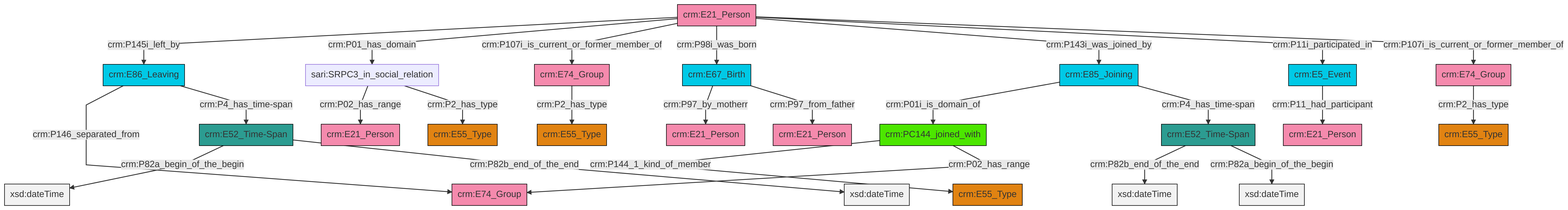
Before: et/personCSV/ttl/mmd/png/Person_Actor_Relations.png, a diagram exported from Mermaid (swiss-art-research-net/docs.swissartresearch). Its source is kept beside it as et/personCSV/ttl/mmd/Person_Actor_Relations.ttl.mmd. Its diagram source:
```mermaid
graph TD
classDef Literal fill:#f2f2f2,stroke:#000000;
classDef CRM_Entity fill:#FFFFFF,stroke:#000000;
classDef Temporal_Entity fill:#00C9E6, stroke:#000000;
classDef Type fill:#E18312, stroke:#000000;
classDef Time-Span fill:#2C9C91, stroke:#000000;
classDef Appellation fill:#FFEB7F, stroke:#000000;
classDef Place fill:#008836, stroke:#000000;
classDef Persistent_Item fill:#B266B2, stroke:#000000;
classDef Conceptual_Object fill:#FFD700, stroke:#000000;
classDef Physical_Thing fill:#D2B48C, stroke:#000000;
classDef Actor fill:#f58aad, stroke:#000000;
classDef PC_Classes fill:#4ce600, stroke:#000000;
classDef Multi fill:#cccccc,stroke:#000000;

0["crm:E52_Time-Span"]:::Time-Span -->|crm:P82a_begin_of_the_begin| 1[xsd:dateTime]:::Literal
6["crm:E21_Person"]:::Actor -->|crm:P145i_left_by| 7["crm:E86_Leaving"]:::Temporal_Entity
6["crm:E21_Person"]:::Actor -->|crm:P01_has_domain| 10["sari:SRPC3_in_social_relation"]:::Default
11["crm:E74_Group"]:::Actor -->|crm:P2_has_type| 14["crm:E55_Type"]:::Type
2["crm:PC144_joined_with"]:::PC_Classes -->|crm:P144_1_kind_of_member| 8["crm:E55_Type"]:::Type
16["crm:E85_Joining"]:::Temporal_Entity -->|crm:P01i_is_domain_of| 2["crm:PC144_joined_with"]:::PC_Classes
2["crm:PC144_joined_with"]:::PC_Classes -->|crm:P02_has_range| 17["crm:E74_Group"]:::Actor
0["crm:E52_Time-Span"]:::Time-Span -->|crm:P82b_end_of_the_end| 18[xsd:dateTime]:::Literal
10["sari:SRPC3_in_social_relation"]:::Default -->|crm:P02_has_range| 19["crm:E21_Person"]:::Actor
6["crm:E21_Person"]:::Actor -->|crm:P107i_is_current_or_former_member_of| 11["crm:E74_Group"]:::Actor
16["crm:E85_Joining"]:::Temporal_Entity -->|crm:P4_has_time-span| 20["crm:E52_Time-Span"]:::Time-Span
6["crm:E21_Person"]:::Actor -->|crm:P98i_was_born| 26["crm:E67_Birth"]:::Temporal_Entity
6["crm:E21_Person"]:::Actor -->|crm:P143i_was_joined_by| 16["crm:E85_Joining"]:::Temporal_Entity
7["crm:E86_Leaving"]:::Temporal_Entity -->|crm:P146_separated_from| 17["crm:E74_Group"]:::Actor
26["crm:E67_Birth"]:::Temporal_Entity -->|crm:P97_by_motherr| 28["crm:E21_Person"]:::Actor
6["crm:E21_Person"]:::Actor -->|crm:P11i_participated_in| 29["crm:E5_Event"]:::Temporal_Entity
10["sari:SRPC3_in_social_relation"]:::Default -->|crm:P2_has_type| 31["crm:E55_Type"]:::Type
26["crm:E67_Birth"]:::Temporal_Entity -->|crm:P97_from_father| 32["crm:E21_Person"]:::Actor
7["crm:E86_Leaving"]:::Temporal_Entity -->|crm:P4_has_time-span| 0["crm:E52_Time-Span"]:::Time-Span
20["crm:E52_Time-Span"]:::Time-Span -->|crm:P82b_end_of_the_end| 34[xsd:dateTime]:::Literal
29["crm:E5_Event"]:::Temporal_Entity -->|crm:P11_had_participant| 22["crm:E21_Person"]:::Actor
20["crm:E52_Time-Span"]:::Time-Span -->|crm:P82a_begin_of_the_begin| 37[xsd:dateTime]:::Literal
6["crm:E21_Person"]:::Actor -->|crm:P107i_is_current_or_former_member_of| 38["crm:E74_Group"]:::Actor
38["crm:E74_Group"]:::Actor -->|crm:P2_has_type| 4["crm:E55_Type"]:::Type
```
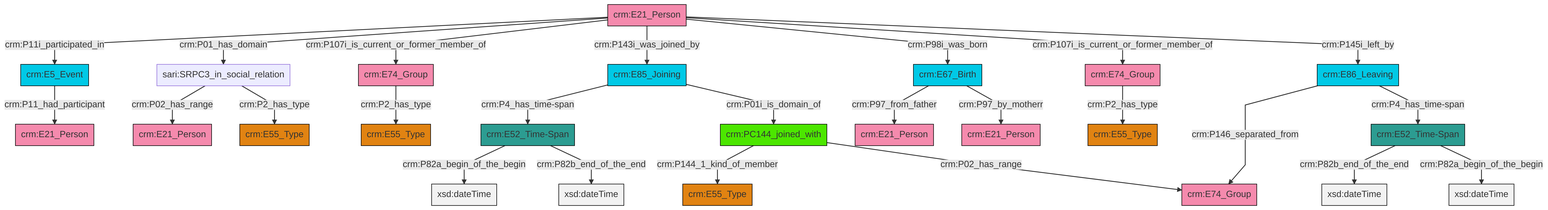
The same file after the commit.

The edit, as a diff of the source:
```diff
@@ -13,27 +13,27 @@
 classDef PC_Classes fill:#4ce600, stroke:#000000;
 classDef Multi fill:#cccccc,stroke:#000000;
 
-0["crm:E52_Time-Span"]:::Time-Span -->|crm:P82a_begin_of_the_begin| 1[xsd:dateTime]:::Literal
-6["crm:E21_Person"]:::Actor -->|crm:P145i_left_by| 7["crm:E86_Leaving"]:::Temporal_Entity
-6["crm:E21_Person"]:::Actor -->|crm:P01_has_domain| 10["sari:SRPC3_in_social_relation"]:::Default
-11["crm:E74_Group"]:::Actor -->|crm:P2_has_type| 14["crm:E55_Type"]:::Type
-2["crm:PC144_joined_with"]:::PC_Classes -->|crm:P144_1_kind_of_member| 8["crm:E55_Type"]:::Type
-16["crm:E85_Joining"]:::Temporal_Entity -->|crm:P01i_is_domain_of| 2["crm:PC144_joined_with"]:::PC_Classes
-2["crm:PC144_joined_with"]:::PC_Classes -->|crm:P02_has_range| 17["crm:E74_Group"]:::Actor
-0["crm:E52_Time-Span"]:::Time-Span -->|crm:P82b_end_of_the_end| 18[xsd:dateTime]:::Literal
-10["sari:SRPC3_in_social_relation"]:::Default -->|crm:P02_has_range| 19["crm:E21_Person"]:::Actor
-6["crm:E21_Person"]:::Actor -->|crm:P107i_is_current_or_former_member_of| 11["crm:E74_Group"]:::Actor
-16["crm:E85_Joining"]:::Temporal_Entity -->|crm:P4_has_time-span| 20["crm:E52_Time-Span"]:::Time-Span
-6["crm:E21_Person"]:::Actor -->|crm:P98i_was_born| 26["crm:E67_Birth"]:::Temporal_Entity
-6["crm:E21_Person"]:::Actor -->|crm:P143i_was_joined_by| 16["crm:E85_Joining"]:::Temporal_Entity
-7["crm:E86_Leaving"]:::Temporal_Entity -->|crm:P146_separated_from| 17["crm:E74_Group"]:::Actor
-26["crm:E67_Birth"]:::Temporal_Entity -->|crm:P97_by_motherr| 28["crm:E21_Person"]:::Actor
-6["crm:E21_Person"]:::Actor -->|crm:P11i_participated_in| 29["crm:E5_Event"]:::Temporal_Entity
-10["sari:SRPC3_in_social_relation"]:::Default -->|crm:P2_has_type| 31["crm:E55_Type"]:::Type
-26["crm:E67_Birth"]:::Temporal_Entity -->|crm:P97_from_father| 32["crm:E21_Person"]:::Actor
-7["crm:E86_Leaving"]:::Temporal_Entity -->|crm:P4_has_time-span| 0["crm:E52_Time-Span"]:::Time-Span
-20["crm:E52_Time-Span"]:::Time-Span -->|crm:P82b_end_of_the_end| 34[xsd:dateTime]:::Literal
-29["crm:E5_Event"]:::Temporal_Entity -->|crm:P11_had_participant| 22["crm:E21_Person"]:::Actor
-20["crm:E52_Time-Span"]:::Time-Span -->|crm:P82a_begin_of_the_begin| 37[xsd:dateTime]:::Literal
-6["crm:E21_Person"]:::Actor -->|crm:P107i_is_current_or_former_member_of| 38["crm:E74_Group"]:::Actor
-38["crm:E74_Group"]:::Actor -->|crm:P2_has_type| 4["crm:E55_Type"]:::Type
+6["crm:E86_Leaving"]:::Temporal_Entity -->|crm:P146_separated_from| 7["crm:E74_Group"]:::Actor
+8["crm:E85_Joining"]:::Temporal_Entity -->|crm:P4_has_time-span| 9["crm:E52_Time-Span"]:::Time-Span
+12["crm:E52_Time-Span"]:::Time-Span -->|crm:P82b_end_of_the_end| 13[xsd:dateTime]:::Literal
+8["crm:E85_Joining"]:::Temporal_Entity -->|crm:P01i_is_domain_of| 14["crm:PC144_joined_with"]:::PC_Classes
+14["crm:PC144_joined_with"]:::PC_Classes -->|crm:P144_1_kind_of_member| 10["crm:E55_Type"]:::Type
+9["crm:E52_Time-Span"]:::Time-Span -->|crm:P82a_begin_of_the_begin| 22[xsd:dateTime]:::Literal
+4["crm:E74_Group"]:::Actor -->|crm:P2_has_type| 0["crm:E55_Type"]:::Type
+25["crm:E21_Person"]:::Actor -->|crm:P11i_participated_in| 26["crm:E5_Event"]:::Temporal_Entity
+25["crm:E21_Person"]:::Actor -->|crm:P01_has_domain| 17["sari:SRPC3_in_social_relation"]:::Default
+25["crm:E21_Person"]:::Actor -->|crm:P107i_is_current_or_former_member_of| 2["crm:E74_Group"]:::Actor
+30["crm:E67_Birth"]:::Temporal_Entity -->|crm:P97_from_father| 31["crm:E21_Person"]:::Actor
+9["crm:E52_Time-Span"]:::Time-Span -->|crm:P82b_end_of_the_end| 32[xsd:dateTime]:::Literal
+6["crm:E86_Leaving"]:::Temporal_Entity -->|crm:P4_has_time-span| 12["crm:E52_Time-Span"]:::Time-Span
+2["crm:E74_Group"]:::Actor -->|crm:P2_has_type| 37["crm:E55_Type"]:::Type
+17["sari:SRPC3_in_social_relation"]:::Default -->|crm:P02_has_range| 20["crm:E21_Person"]:::Actor
+25["crm:E21_Person"]:::Actor -->|crm:P143i_was_joined_by| 8["crm:E85_Joining"]:::Temporal_Entity
+25["crm:E21_Person"]:::Actor -->|crm:P98i_was_born| 30["crm:E67_Birth"]:::Temporal_Entity
+30["crm:E67_Birth"]:::Temporal_Entity -->|crm:P97_by_motherr| 27["crm:E21_Person"]:::Actor
+26["crm:E5_Event"]:::Temporal_Entity -->|crm:P11_had_participant| 15["crm:E21_Person"]:::Actor
+14["crm:PC144_joined_with"]:::PC_Classes -->|crm:P02_has_range| 7["crm:E74_Group"]:::Actor
+25["crm:E21_Person"]:::Actor -->|crm:P107i_is_current_or_former_member_of| 4["crm:E74_Group"]:::Actor
+12["crm:E52_Time-Span"]:::Time-Span -->|crm:P82a_begin_of_the_begin| 46[xsd:dateTime]:::Literal
+25["crm:E21_Person"]:::Actor -->|crm:P145i_left_by| 6["crm:E86_Leaving"]:::Temporal_Entity
+17["sari:SRPC3_in_social_relation"]:::Default -->|crm:P2_has_type| 23["crm:E55_Type"]:::Type
```
